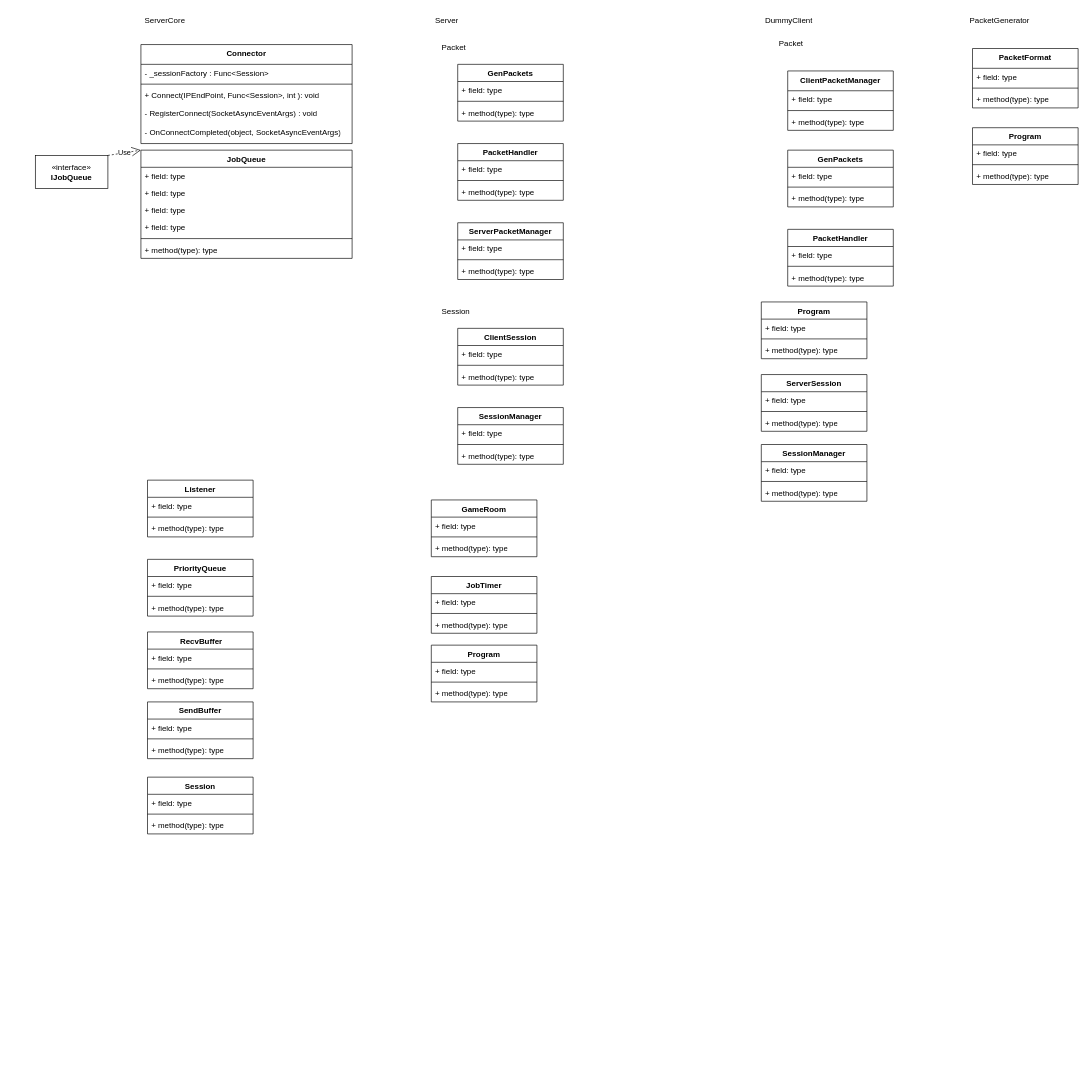
Before: page "서버구조" (3 of 3) of 졸프.drawio in ParkSungTaek/GraduationProject, a draw.io diagram. Source tidied: cells renumbered, new cells numbered last; positions are measured from the earlier drawing's top-left corner, leaving out a move shared by most shapes. Both pictures are drawn from the tidied source at 66%, with x=0, y=0 at pixel (35, 11).
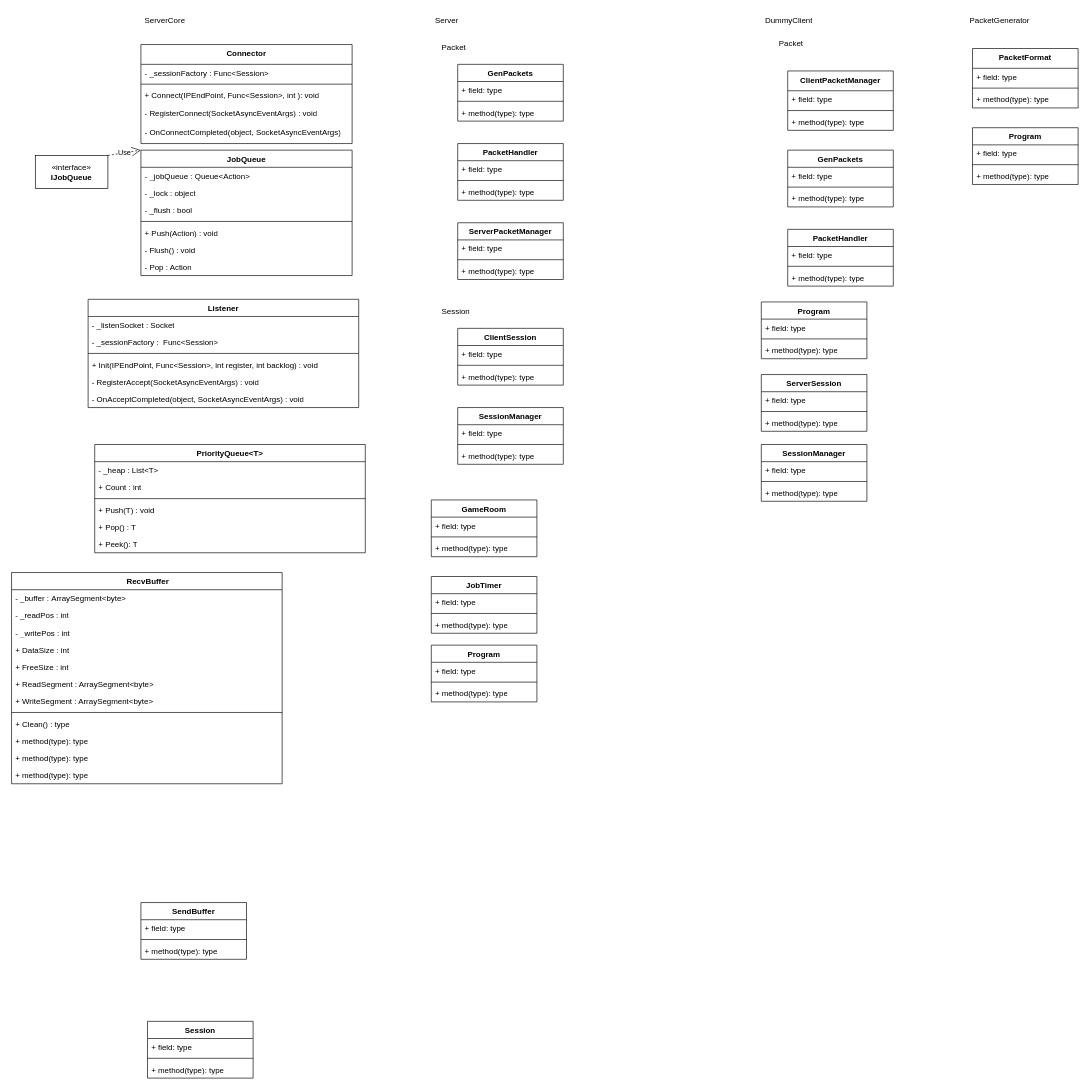
The same page after the edit.

Commit message (it also covers changes not shown here):
졸프.drawio 업데이트

Diff of the diagram source:
```diff
@@
     <mxCell id="8" value="JobQueue" style="swimlane;fontStyle=1;align=center;verticalAlign=top;horizontal=1;startSize=26;whiteSpace=wrap;html=1;" parent="1" vertex="1">
-      <mxGeometry x="160" y="210" width="320" height="164" as="geometry" />
+      <mxGeometry x="160" y="210" width="320" height="190" as="geometry" />
     </mxCell>
-    <mxCell id="9" value="+ field: type" style="text;strokeColor=none;fillColor=none;align=left;verticalAlign=top;spacingLeft=4;spacingRight=4;overflow=hidden;whiteSpace=wrap;html=1;" parent="8" vertex="1">
+    <mxCell id="9" value="- _jobQueue :&amp;nbsp;Queue&amp;lt;Action&amp;gt;&amp;nbsp;" style="text;strokeColor=none;fillColor=none;align=left;verticalAlign=top;spacingLeft=4;spacingRight=4;overflow=hidden;whiteSpace=wrap;html=1;" parent="8" vertex="1">
       <mxGeometry y="26" width="320" height="26" as="geometry" />
     </mxCell>
-    <mxCell id="10" value="+ field: type" style="text;strokeColor=none;fillColor=none;align=left;verticalAlign=top;spacingLeft=4;spacingRight=4;overflow=hidden;whiteSpace=wrap;html=1;" parent="8" vertex="1">
+    <mxCell id="10" value="-&amp;nbsp;_lock : object" style="text;strokeColor=none;fillColor=none;align=left;verticalAlign=top;spacingLeft=4;spacingRight=4;overflow=hidden;whiteSpace=wrap;html=1;" parent="8" vertex="1">
       <mxGeometry y="52" width="320" height="26" as="geometry" />
     </mxCell>
-    <mxCell id="11" value="+ field: type" style="text;strokeColor=none;fillColor=none;align=left;verticalAlign=top;spacingLeft=4;spacingRight=4;overflow=hidden;whiteSpace=wrap;html=1;" parent="8" vertex="1">
-      <mxGeometry y="78" width="320" height="26" as="geometry" />
-    </mxCell>
-    <mxCell id="12" value="+ field: type" style="text;strokeColor=none;fillColor=none;align=left;verticalAlign=top;spacingLeft=4;spacingRight=4;overflow=hidden;whiteSpace=wrap;html=1;" parent="8" vertex="1">
-      <mxGeometry y="104" width="320" height="26" as="geometry" />
+    <mxCell id="12" value="- _flush :&amp;nbsp;bool" style="text;strokeColor=none;fillColor=none;align=left;verticalAlign=top;spacingLeft=4;spacingRight=4;overflow=hidden;whiteSpace=wrap;html=1;" parent="8" vertex="1">
+      <mxGeometry y="78" width="320" height="26" as="geometry" />
     </mxCell>
     <mxCell id="13" style="line;strokeWidth=1;fillColor=none;align=left;verticalAlign=middle;spacingTop=-1;spacingLeft=3;spacingRight=3;labelPosition=right;strokeColor=inherit;" parent="8" vertex="1">
-      <mxGeometry y="130" width="320" height="8" as="geometry" />
+      <mxGeometry y="104" width="320" height="8" as="geometry" />
     </mxCell>
-    <mxCell id="14" value="+ method(type): type" style="text;strokeColor=none;fillColor=none;align=left;verticalAlign=top;spacingLeft=4;spacingRight=4;overflow=hidden;whiteSpace=wrap;html=1;" parent="8" vertex="1">
-      <mxGeometry y="138" width="320" height="26" as="geometry" />
+    <mxCell id="14" value="+ Push(Action) : void" style="text;strokeColor=none;fillColor=none;align=left;verticalAlign=top;spacingLeft=4;spacingRight=4;overflow=hidden;whiteSpace=wrap;html=1;" parent="8" vertex="1">
+      <mxGeometry y="112" width="320" height="26" as="geometry" />
     </mxCell>
+    <mxCell id="108" value="-&amp;nbsp;Flush() : void" style="text;strokeColor=none;fillColor=none;align=left;verticalAlign=top;spacingLeft=4;spacingRight=4;overflow=hidden;whiteSpace=wrap;html=1;" parent="8" vertex="1">
+      <mxGeometry y="138" width="320" height="26" as="geometry" />
+    </mxCell>
+    <mxCell id="109" value="-&amp;nbsp;Pop : Action" style="text;strokeColor=none;fillColor=none;align=left;verticalAlign=top;spacingLeft=4;spacingRight=4;overflow=hidden;whiteSpace=wrap;html=1;" parent="8" vertex="1">
+      <mxGeometry y="164" width="320" height="26" as="geometry" />
+    </mxCell>
     <mxCell id="15" value="Listener" style="swimlane;fontStyle=1;align=center;verticalAlign=top;horizontal=1;startSize=26;whiteSpace=wrap;html=1;" parent="1" vertex="1">
-      <mxGeometry x="170" y="710" width="160" height="86" as="geometry" />
+      <mxGeometry x="80" y="436" width="410" height="164" as="geometry" />
     </mxCell>
-    <mxCell id="16" value="+ field: type" style="text;strokeColor=none;fillColor=none;align=left;verticalAlign=top;spacingLeft=4;spacingRight=4;overflow=hidden;whiteSpace=wrap;html=1;" parent="15" vertex="1">
-      <mxGeometry y="26" width="160" height="26" as="geometry" />
+    <mxCell id="16" value="-&amp;nbsp;_listenSocket : Socket" style="text;strokeColor=none;fillColor=none;align=left;verticalAlign=top;spacingLeft=4;spacingRight=4;overflow=hidden;whiteSpace=wrap;html=1;" parent="15" vertex="1">
+      <mxGeometry y="26" width="410" height="26" as="geometry" />
     </mxCell>
+    <mxCell id="110" value="-&amp;nbsp;_sessionFactory :&amp;nbsp;&amp;nbsp;Func&amp;lt;Session&amp;gt;" style="text;strokeColor=none;fillColor=none;align=left;verticalAlign=top;spacingLeft=4;spacingRight=4;overflow=hidden;whiteSpace=wrap;html=1;" parent="15" vertex="1">
+      <mxGeometry y="52" width="410" height="26" as="geometry" />
+    </mxCell>
     <mxCell id="17" style="line;strokeWidth=1;fillColor=none;align=left;verticalAlign=middle;spacingTop=-1;spacingLeft=3;spacingRight=3;labelPosition=right;strokeColor=inherit;" parent="15" vertex="1">
-      <mxGeometry y="52" width="160" height="8" as="geometry" />
+      <mxGeometry y="78" width="410" height="8" as="geometry" />
     </mxCell>
-    <mxCell id="18" value="+ method(type): type" style="text;strokeColor=none;fillColor=none;align=left;verticalAlign=top;spacingLeft=4;spacingRight=4;overflow=hidden;whiteSpace=wrap;html=1;" parent="15" vertex="1">
-      <mxGeometry y="60" width="160" height="26" as="geometry" />
+    <mxCell id="18" value="&lt;div&gt;+ Init(IPEndPoint, Func&amp;lt;Session&amp;gt;, int register, int backlog) : void&lt;/div&gt;&lt;div&gt;  &lt;/div&gt;" style="text;strokeColor=none;fillColor=none;align=left;verticalAlign=top;spacingLeft=4;spacingRight=4;overflow=hidden;whiteSpace=wrap;html=1;" parent="15" vertex="1">
+      <mxGeometry y="86" width="410" height="26" as="geometry" />
     </mxCell>
+    <mxCell id="111" value="&lt;div&gt;-&amp;nbsp;RegisterAccept(SocketAsyncEventArgs) : void&lt;/div&gt;&lt;div&gt;  &lt;/div&gt;" style="text;strokeColor=none;fillColor=none;align=left;verticalAlign=top;spacingLeft=4;spacingRight=4;overflow=hidden;whiteSpace=wrap;html=1;" parent="15" vertex="1">
+      <mxGeometry y="112" width="410" height="26" as="geometry" />
+    </mxCell>
+    <mxCell id="112" value="&lt;div&gt;-&amp;nbsp;OnAcceptCompleted(object, SocketAsyncEventArgs) : void&lt;/div&gt;&lt;div&gt;  &lt;/div&gt;" style="text;strokeColor=none;fillColor=none;align=left;verticalAlign=top;spacingLeft=4;spacingRight=4;overflow=hidden;whiteSpace=wrap;html=1;" parent="15" vertex="1">
+      <mxGeometry y="138" width="410" height="26" as="geometry" />
+    </mxCell>
@@
     <mxCell id="20" value="&amp;nbsp;RecvBuffer" style="swimlane;fontStyle=1;align=center;verticalAlign=top;horizontal=1;startSize=26;whiteSpace=wrap;html=1;" parent="1" vertex="1">
-      <mxGeometry x="170" y="940" width="160" height="86" as="geometry" />
+      <mxGeometry x="-36" y="850" width="410" height="320" as="geometry" />
     </mxCell>
-    <mxCell id="21" value="+ field: type" style="text;strokeColor=none;fillColor=none;align=left;verticalAlign=top;spacingLeft=4;spacingRight=4;overflow=hidden;whiteSpace=wrap;html=1;" parent="20" vertex="1">
-      <mxGeometry y="26" width="160" height="26" as="geometry" />
+    <mxCell id="21" value="-&amp;nbsp;_buffer :&amp;nbsp;ArraySegment&amp;lt;byte&amp;gt;" style="text;strokeColor=none;fillColor=none;align=left;verticalAlign=top;spacingLeft=4;spacingRight=4;overflow=hidden;whiteSpace=wrap;html=1;" parent="20" vertex="1">
+      <mxGeometry y="26" width="410" height="26" as="geometry" />
     </mxCell>
+    <mxCell id="113" value="- _readPos : int" style="text;strokeColor=none;fillColor=none;align=left;verticalAlign=top;spacingLeft=4;spacingRight=4;overflow=hidden;whiteSpace=wrap;html=1;" parent="20" vertex="1">
+      <mxGeometry y="52" width="410" height="26" as="geometry" />
+    </mxCell>
+    <mxCell id="114" value="- _writePos : int" style="text;strokeColor=none;fillColor=none;align=left;verticalAlign=top;spacingLeft=4;spacingRight=4;overflow=hidden;whiteSpace=wrap;html=1;" parent="20" vertex="1">
+      <mxGeometry y="78" width="410" height="26" as="geometry" />
+    </mxCell>
+    <mxCell id="115" value="+&amp;nbsp;DataSize : int" style="text;strokeColor=none;fillColor=none;align=left;verticalAlign=top;spacingLeft=4;spacingRight=4;overflow=hidden;whiteSpace=wrap;html=1;" parent="20" vertex="1">
+      <mxGeometry y="104" width="410" height="26" as="geometry" />
+    </mxCell>
+    <mxCell id="116" value="+ FreeSize : int" style="text;strokeColor=none;fillColor=none;align=left;verticalAlign=top;spacingLeft=4;spacingRight=4;overflow=hidden;whiteSpace=wrap;html=1;" parent="20" vertex="1">
+      <mxGeometry y="130" width="410" height="26" as="geometry" />
+    </mxCell>
+    <mxCell id="117" value="+ ReadSegment : ArraySegment&amp;lt;byte&amp;gt;" style="text;strokeColor=none;fillColor=none;align=left;verticalAlign=top;spacingLeft=4;spacingRight=4;overflow=hidden;whiteSpace=wrap;html=1;" parent="20" vertex="1">
+      <mxGeometry y="156" width="410" height="26" as="geometry" />
+    </mxCell>
+    <mxCell id="118" value="+ WriteSegment : ArraySegment&amp;lt;byte&amp;gt;" style="text;strokeColor=none;fillColor=none;align=left;verticalAlign=top;spacingLeft=4;spacingRight=4;overflow=hidden;whiteSpace=wrap;html=1;" parent="20" vertex="1">
+      <mxGeometry y="182" width="410" height="26" as="geometry" />
+    </mxCell>
     <mxCell id="22" style="line;strokeWidth=1;fillColor=none;align=left;verticalAlign=middle;spacingTop=-1;spacingLeft=3;spacingRight=3;labelPosition=right;strokeColor=inherit;" parent="20" vertex="1">
-      <mxGeometry y="52" width="160" height="8" as="geometry" />
+      <mxGeometry y="208" width="410" height="8" as="geometry" />
     </mxCell>
-    <mxCell id="23" value="+ method(type): type" style="text;strokeColor=none;fillColor=none;align=left;verticalAlign=top;spacingLeft=4;spacingRight=4;overflow=hidden;whiteSpace=wrap;html=1;" parent="20" vertex="1">
-      <mxGeometry y="60" width="160" height="26" as="geometry" />
+    <mxCell id="23" value="+ Clean() : type" style="text;strokeColor=none;fillColor=none;align=left;verticalAlign=top;spacingLeft=4;spacingRight=4;overflow=hidden;whiteSpace=wrap;html=1;" parent="20" vertex="1">
+      <mxGeometry y="216" width="410" height="26" as="geometry" />
     </mxCell>
+    <mxCell id="119" value="+ method(type): type" style="text;strokeColor=none;fillColor=none;align=left;verticalAlign=top;spacingLeft=4;spacingRight=4;overflow=hidden;whiteSpace=wrap;html=1;" parent="20" vertex="1">
+      <mxGeometry y="242" width="410" height="26" as="geometry" />
+    </mxCell>
+    <mxCell id="120" value="+ method(type): type" style="text;strokeColor=none;fillColor=none;align=left;verticalAlign=top;spacingLeft=4;spacingRight=4;overflow=hidden;whiteSpace=wrap;html=1;" parent="20" vertex="1">
+      <mxGeometry y="268" width="410" height="26" as="geometry" />
+    </mxCell>
+    <mxCell id="121" value="+ method(type): type" style="text;strokeColor=none;fillColor=none;align=left;verticalAlign=top;spacingLeft=4;spacingRight=4;overflow=hidden;whiteSpace=wrap;html=1;" parent="20" vertex="1">
+      <mxGeometry y="294" width="410" height="26" as="geometry" />
+    </mxCell>
-    <mxCell id="24" value="PriorityQueue" style="swimlane;fontStyle=1;align=center;verticalAlign=top;horizontal=1;startSize=26;whiteSpace=wrap;html=1;" parent="1" vertex="1">
-      <mxGeometry x="170" y="830" width="160" height="86" as="geometry" />
+    <mxCell id="24" value="PriorityQueue&amp;lt;T&amp;gt;" style="swimlane;fontStyle=1;align=center;verticalAlign=top;horizontal=1;startSize=26;whiteSpace=wrap;html=1;" parent="1" vertex="1">
+      <mxGeometry x="90" y="656" width="410" height="164" as="geometry" />
     </mxCell>
-    <mxCell id="25" value="+ field: type" style="text;strokeColor=none;fillColor=none;align=left;verticalAlign=top;spacingLeft=4;spacingRight=4;overflow=hidden;whiteSpace=wrap;html=1;" parent="24" vertex="1">
-      <mxGeometry y="26" width="160" height="26" as="geometry" />
+    <mxCell id="25" value="- _heap :&amp;nbsp;List&amp;lt;T&amp;gt;" style="text;strokeColor=none;fillColor=none;align=left;verticalAlign=top;spacingLeft=4;spacingRight=4;overflow=hidden;whiteSpace=wrap;html=1;" parent="24" vertex="1">
+      <mxGeometry y="26" width="410" height="26" as="geometry" />
     </mxCell>
+    <mxCell id="122" value="+ Count :&amp;nbsp;int" style="text;strokeColor=none;fillColor=none;align=left;verticalAlign=top;spacingLeft=4;spacingRight=4;overflow=hidden;whiteSpace=wrap;html=1;" parent="24" vertex="1">
+      <mxGeometry y="52" width="410" height="26" as="geometry" />
+    </mxCell>
     <mxCell id="26" style="line;strokeWidth=1;fillColor=none;align=left;verticalAlign=middle;spacingTop=-1;spacingLeft=3;spacingRight=3;labelPosition=right;strokeColor=inherit;" parent="24" vertex="1">
-      <mxGeometry y="52" width="160" height="8" as="geometry" />
+      <mxGeometry y="78" width="410" height="8" as="geometry" />
     </mxCell>
-    <mxCell id="27" value="+ method(type): type" style="text;strokeColor=none;fillColor=none;align=left;verticalAlign=top;spacingLeft=4;spacingRight=4;overflow=hidden;whiteSpace=wrap;html=1;" parent="24" vertex="1">
-      <mxGeometry y="60" width="160" height="26" as="geometry" />
+    <mxCell id="27" value="+ Push(T) : void" style="text;strokeColor=none;fillColor=none;align=left;verticalAlign=top;spacingLeft=4;spacingRight=4;overflow=hidden;whiteSpace=wrap;html=1;" parent="24" vertex="1">
+      <mxGeometry y="86" width="410" height="26" as="geometry" />
     </mxCell>
+    <mxCell id="123" value="+ Pop() : T" style="text;strokeColor=none;fillColor=none;align=left;verticalAlign=top;spacingLeft=4;spacingRight=4;overflow=hidden;whiteSpace=wrap;html=1;" parent="24" vertex="1">
+      <mxGeometry y="112" width="410" height="26" as="geometry" />
+    </mxCell>
+    <mxCell id="124" value="+ Peek(): T" style="text;strokeColor=none;fillColor=none;align=left;verticalAlign=top;spacingLeft=4;spacingRight=4;overflow=hidden;whiteSpace=wrap;html=1;" parent="24" vertex="1">
+      <mxGeometry y="138" width="410" height="26" as="geometry" />
+    </mxCell>
@@
     <mxCell id="32" value="Session" style="swimlane;fontStyle=1;align=center;verticalAlign=top;horizontal=1;startSize=26;whiteSpace=wrap;html=1;" parent="1" vertex="1">
-      <mxGeometry x="170" y="1160" width="160" height="86" as="geometry" />
+      <mxGeometry x="170" y="1530" width="160" height="86" as="geometry" />
     </mxCell>
@@
     <mxCell id="36" value="SendBuffer" style="swimlane;fontStyle=1;align=center;verticalAlign=top;horizontal=1;startSize=26;whiteSpace=wrap;html=1;" parent="1" vertex="1">
-      <mxGeometry x="170" y="1046" width="160" height="86" as="geometry" />
+      <mxGeometry x="160" y="1350" width="160" height="86" as="geometry" />
     </mxCell>
```
